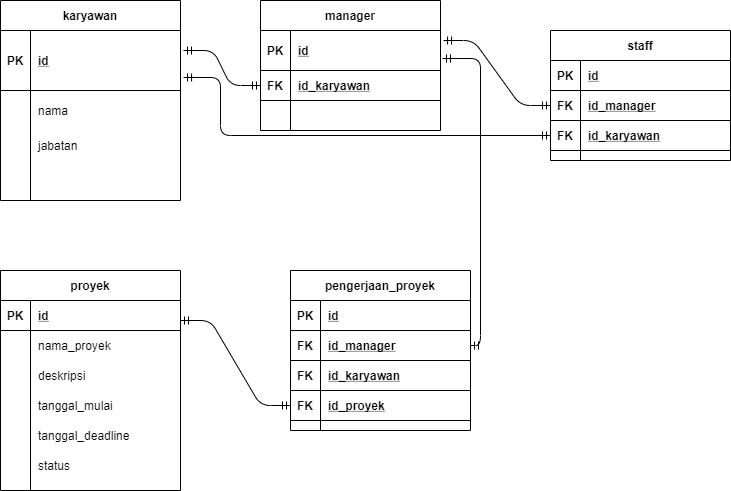
Earlier version of the draw.io export public/images/ERD.png (IM-Laravel-Juli-2020/quiz-3-im-laravel-juli-2020). Source tidied: cells renumbered, new cells last; positions are measured from the earlier drawing's top-left corner, leaving out a move shared by most shapes.
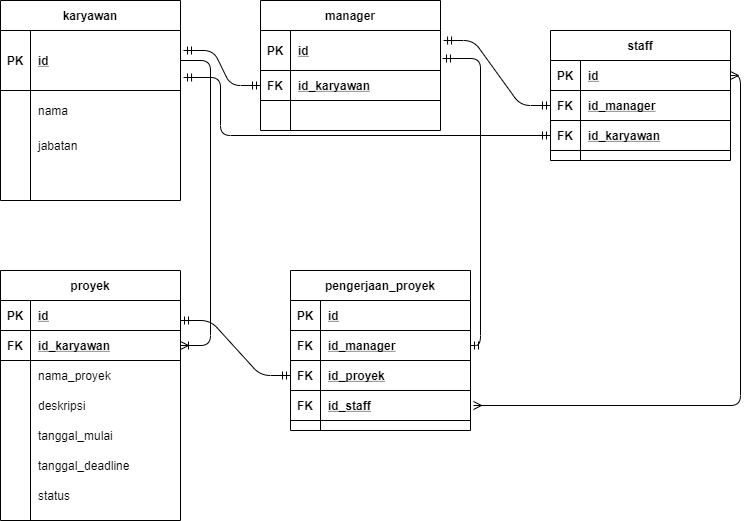
After the change.

Commit message:
quiz selesai

Diff of the diagram source:
```diff
@@ -80,7 +80,7 @@
       <mxGeometry relative="1" as="geometry" />
     </mxCell>
     <mxCell id="27" value="proyek" style="shape=table;startSize=30;rowLines=0;fontStyle=1;align=center;" parent="1" vertex="1">
-      <mxGeometry y="270" width="180" height="220" as="geometry" />
+      <mxGeometry y="270" width="180" height="250" as="geometry" />
     </mxCell>
     <mxCell id="28" style="shape=partialRectangle;fillColor=none;top=0;left=0;bottom=1;right=0;" parent="27" vertex="1">
       <mxGeometry y="30" width="180" height="30" as="geometry" />
@@ -91,8 +91,17 @@
     <mxCell id="30" value="id" style="shape=partialRectangle;fillColor=none;top=0;left=0;bottom=0;right=0;align=left;spacingLeft=6;fontStyle=5;overflow=hidden;" parent="28" vertex="1">
       <mxGeometry x="30" width="150" height="30" as="geometry" />
     </mxCell>
+    <mxCell id="55" style="shape=partialRectangle;fillColor=none;top=0;left=0;bottom=1;right=0;points=[[0,0.5],[1,0.5]];portConstraint=eastwest;" parent="27" vertex="1">
+      <mxGeometry y="60" width="180" height="30" as="geometry" />
+    </mxCell>
+    <mxCell id="56" value="FK" style="shape=partialRectangle;fillColor=none;top=0;left=0;bottom=0;right=0;fontStyle=1;overflow=hidden;" parent="55" vertex="1">
+      <mxGeometry width="30" height="30" as="geometry" />
+    </mxCell>
+    <mxCell id="57" value="id_karyawan" style="shape=partialRectangle;fillColor=none;top=0;left=0;bottom=0;right=0;align=left;spacingLeft=6;fontStyle=5;overflow=hidden;" parent="55" vertex="1">
+      <mxGeometry x="30" width="150" height="30" as="geometry" />
+    </mxCell>
     <mxCell id="31" style="shape=partialRectangle;fillColor=none;top=0;left=0;bottom=0;right=0;" parent="27" vertex="1">
-      <mxGeometry y="60" width="180" height="30" as="geometry" />
+      <mxGeometry y="90" width="180" height="30" as="geometry" />
     </mxCell>
     <mxCell id="32" style="shape=partialRectangle;fillColor=none;top=0;left=0;bottom=0;right=0;overflow=hidden;" parent="31" vertex="1">
       <mxGeometry width="30" height="30" as="geometry" />
@@ -101,7 +110,7 @@
       <mxGeometry x="30" width="150" height="30" as="geometry" />
     </mxCell>
     <mxCell id="34" style="shape=partialRectangle;fillColor=none;top=0;left=0;bottom=0;right=0;" parent="27" vertex="1">
-      <mxGeometry y="90" width="180" height="30" as="geometry" />
+      <mxGeometry y="120" width="180" height="30" as="geometry" />
     </mxCell>
     <mxCell id="35" style="shape=partialRectangle;fillColor=none;top=0;left=0;bottom=0;right=0;overflow=hidden;" parent="34" vertex="1">
       <mxGeometry width="30" height="30" as="geometry" />
@@ -110,7 +119,7 @@
       <mxGeometry x="30" width="150" height="30" as="geometry" />
     </mxCell>
     <mxCell id="37" style="shape=partialRectangle;fillColor=none;top=0;left=0;bottom=0;right=0;" parent="27" vertex="1">
-      <mxGeometry y="120" width="180" height="30" as="geometry" />
+      <mxGeometry y="150" width="180" height="30" as="geometry" />
     </mxCell>
     <mxCell id="38" style="shape=partialRectangle;fillColor=none;top=0;left=0;bottom=0;right=0;overflow=hidden;" parent="37" vertex="1">
       <mxGeometry width="30" height="30" as="geometry" />
@@ -119,7 +128,7 @@
       <mxGeometry x="30" width="150" height="30" as="geometry" />
     </mxCell>
     <mxCell id="40" style="shape=partialRectangle;fillColor=none;top=0;left=0;bottom=0;right=0;" parent="27" vertex="1">
-      <mxGeometry y="150" width="180" height="30" as="geometry" />
+      <mxGeometry y="180" width="180" height="30" as="geometry" />
     </mxCell>
     <mxCell id="41" style="shape=partialRectangle;fillColor=none;top=0;left=0;bottom=0;right=0;overflow=hidden;" parent="40" vertex="1">
       <mxGeometry width="30" height="30" as="geometry" />
@@ -128,7 +137,7 @@
       <mxGeometry x="30" width="150" height="30" as="geometry" />
     </mxCell>
     <mxCell id="43" style="shape=partialRectangle;fillColor=none;top=0;left=0;bottom=0;right=0;" parent="27" vertex="1">
-      <mxGeometry y="180" width="180" height="30" as="geometry" />
+      <mxGeometry y="210" width="180" height="30" as="geometry" />
     </mxCell>
     <mxCell id="44" style="shape=partialRectangle;fillColor=none;top=0;left=0;bottom=0;right=0;overflow=hidden;" parent="43" vertex="1">
       <mxGeometry width="30" height="30" as="geometry" />
@@ -170,17 +179,8 @@
     <mxCell id="54" value="id_manager" style="shape=partialRectangle;fillColor=none;top=0;left=0;bottom=0;right=0;align=left;spacingLeft=6;fontStyle=5;overflow=hidden;" parent="52" vertex="1">
       <mxGeometry x="30" width="150" height="30" as="geometry" />
     </mxCell>
-    <mxCell id="55" style="shape=partialRectangle;fillColor=none;top=0;left=0;bottom=1;right=0;points=[[0,0.5],[1,0.5]];portConstraint=eastwest;" parent="48" vertex="1">
-      <mxGeometry y="90" width="180" height="30" as="geometry" />
-    </mxCell>
-    <mxCell id="56" value="FK" style="shape=partialRectangle;fillColor=none;top=0;left=0;bottom=0;right=0;fontStyle=1;overflow=hidden;" parent="55" vertex="1">
-      <mxGeometry width="30" height="30" as="geometry" />
-    </mxCell>
-    <mxCell id="57" value="id_karyawan" style="shape=partialRectangle;fillColor=none;top=0;left=0;bottom=0;right=0;align=left;spacingLeft=6;fontStyle=5;overflow=hidden;" parent="55" vertex="1">
-      <mxGeometry x="30" width="150" height="30" as="geometry" />
-    </mxCell>
     <mxCell id="58" style="shape=partialRectangle;fillColor=none;top=0;left=0;bottom=1;right=0;points=[[0,0.5],[1,0.5]];portConstraint=eastwest;" parent="48" vertex="1">
-      <mxGeometry y="120" width="180" height="30" as="geometry" />
+      <mxGeometry y="90" width="180" height="30" as="geometry" />
     </mxCell>
     <mxCell id="59" value="FK" style="shape=partialRectangle;fillColor=none;top=0;left=0;bottom=0;right=0;fontStyle=1;overflow=hidden;" parent="58" vertex="1">
       <mxGeometry width="30" height="30" as="geometry" />
@@ -188,6 +188,15 @@
     <mxCell id="60" value="id_proyek" style="shape=partialRectangle;fillColor=none;top=0;left=0;bottom=0;right=0;align=left;spacingLeft=6;fontStyle=5;overflow=hidden;" parent="58" vertex="1">
       <mxGeometry x="30" width="150" height="30" as="geometry" />
     </mxCell>
+    <mxCell id="72" style="shape=partialRectangle;fillColor=none;top=0;left=0;bottom=1;right=0;" parent="48" vertex="1">
+      <mxGeometry y="120" width="180" height="30" as="geometry" />
+    </mxCell>
+    <mxCell id="73" value="FK" style="shape=partialRectangle;fillColor=none;top=0;left=0;bottom=0;right=0;fontStyle=1;overflow=hidden;" parent="72" vertex="1">
+      <mxGeometry width="30" height="30" as="geometry" />
+    </mxCell>
+    <mxCell id="74" value="id_staff" style="shape=partialRectangle;fillColor=none;top=0;left=0;bottom=0;right=0;align=left;spacingLeft=6;fontStyle=5;overflow=hidden;" parent="72" vertex="1">
+      <mxGeometry x="30" width="150" height="30" as="geometry" />
+    </mxCell>
     <mxCell id="61" value="staff" style="shape=table;startSize=30;rowLines=0;fontStyle=1;align=center;" parent="1" vertex="1">
       <mxGeometry x="550" y="30" width="180" height="130" as="geometry" />
     </mxCell>
@@ -225,5 +234,22 @@
         </Array>
       </mxGeometry>
     </mxCell>
+    <mxCell id="75" style="edgeStyle=orthogonalEdgeStyle;fontSize=12;html=1;endArrow=ERmany;startArrow=ERmany;entryX=1;entryY=0.5;entryDx=0;entryDy=0;" parent="1" edge="1" target="62">
+      <mxGeometry relative="1" as="geometry">
+        <mxPoint x="473" y="405" as="sourcePoint" />
+        <Array as="points">
+          <mxPoint x="740" y="405" />
+          <mxPoint x="740" y="75" />
+        </Array>
+      </mxGeometry>
+    </mxCell>
+    <mxCell id="76" style="edgeStyle=orthogonalEdgeStyle;fontSize=12;html=1;endArrow=ERoneToMany;entryX=1;entryY=0.5;entryDx=0;entryDy=0;exitX=1;exitY=0.5;exitDx=0;exitDy=0;" parent="1" edge="1" source="4" target="55">
+      <mxGeometry relative="1" as="geometry">
+        <Array as="points">
+          <mxPoint x="210" y="60" />
+          <mxPoint x="210" y="345" />
+        </Array>
+      </mxGeometry>
+    </mxCell>
   </root>
 </mxGraphModel>
```
